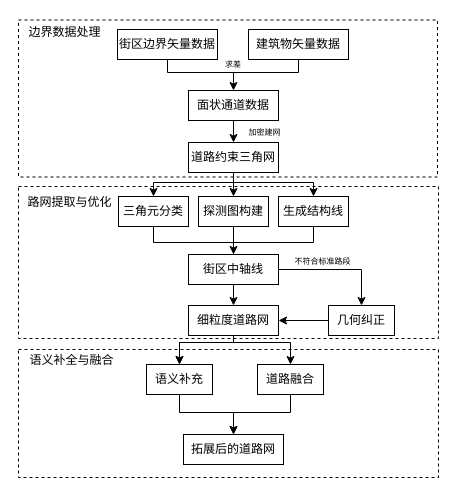
Above: page "Page-1" (1 of 2) of Untitled Diagram.drawio in glancccc/CS-Books (draw.io), before the change. Source tidied: cells renumbered, new cells numbered last; positions are measured from the earlier drawing's top-left corner, leaving out a move shared by most shapes. Both pictures are drawn from the tidied source at 100%, with x=0, y=0 at pixel (17, 16).
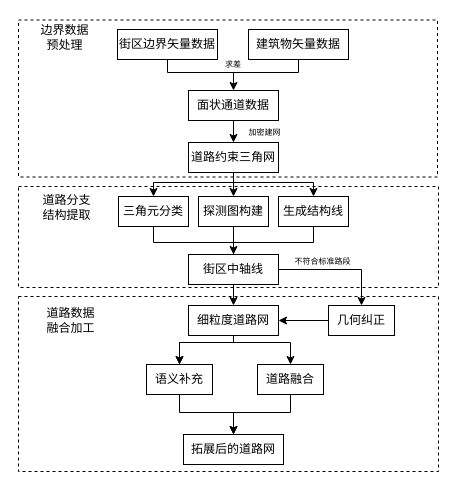
After the change.

Diff of the diagram source:
```diff
@@
     <mxCell id="2" style="rounded=0;whiteSpace=wrap;html=1;dashed=1;" parent="1" vertex="1">
-      <mxGeometry x="1" y="333" width="420" height="128" as="geometry" />
+      <mxGeometry x="1" y="280" width="420" height="175" as="geometry" />
     </mxCell>
     <mxCell id="3" style="rounded=0;whiteSpace=wrap;html=1;dashed=1;" parent="1" vertex="1">
-      <mxGeometry x="1" y="170" width="420" height="152" as="geometry" />
+      <mxGeometry x="1" y="170" width="420" height="101" as="geometry" />
     </mxCell>
@@
-    <mxCell id="38" value="边界数据处理" style="text;html=1;strokeColor=none;fillColor=none;align=center;verticalAlign=middle;whiteSpace=wrap;rounded=0;dashed=1;" parent="1" vertex="1">
-      <mxGeometry y="0.5" width="95" height="30" as="geometry" />
+    <mxCell id="38" value="边界数据&lt;br&gt;预处理" style="text;html=1;strokeColor=none;fillColor=none;align=center;verticalAlign=middle;whiteSpace=wrap;rounded=0;dashed=1;" parent="1" vertex="1">
+      <mxGeometry y="5.5" width="95" height="30" as="geometry" />
     </mxCell>
-    <mxCell id="39" value="路网提取与优化" style="text;html=1;strokeColor=none;fillColor=none;align=center;verticalAlign=middle;whiteSpace=wrap;rounded=0;dashed=1;" parent="1" vertex="1">
-      <mxGeometry x="5" y="171" width="95" height="30" as="geometry" />
+    <mxCell id="39" value="道路分支&lt;br&gt;结构提取" style="text;html=1;strokeColor=none;fillColor=none;align=center;verticalAlign=middle;whiteSpace=wrap;rounded=0;dashed=1;" parent="1" vertex="1">
+      <mxGeometry x="2" y="176" width="95" height="30" as="geometry" />
     </mxCell>
-    <mxCell id="40" value="语义补全与融合" style="text;html=1;strokeColor=none;fillColor=none;align=center;verticalAlign=middle;whiteSpace=wrap;rounded=0;dashed=1;" parent="1" vertex="1">
-      <mxGeometry x="7" y="329" width="95" height="30" as="geometry" />
+    <mxCell id="40" value="&lt;font style=&quot;font-size: 12px;&quot;&gt;道路数据&lt;br&gt;融合加工&lt;/font&gt;" style="text;html=1;strokeColor=none;fillColor=none;align=center;verticalAlign=middle;whiteSpace=wrap;rounded=0;dashed=1;" parent="1" vertex="1">
+      <mxGeometry x="6" y="289" width="95" height="30" as="geometry" />
     </mxCell>
```
